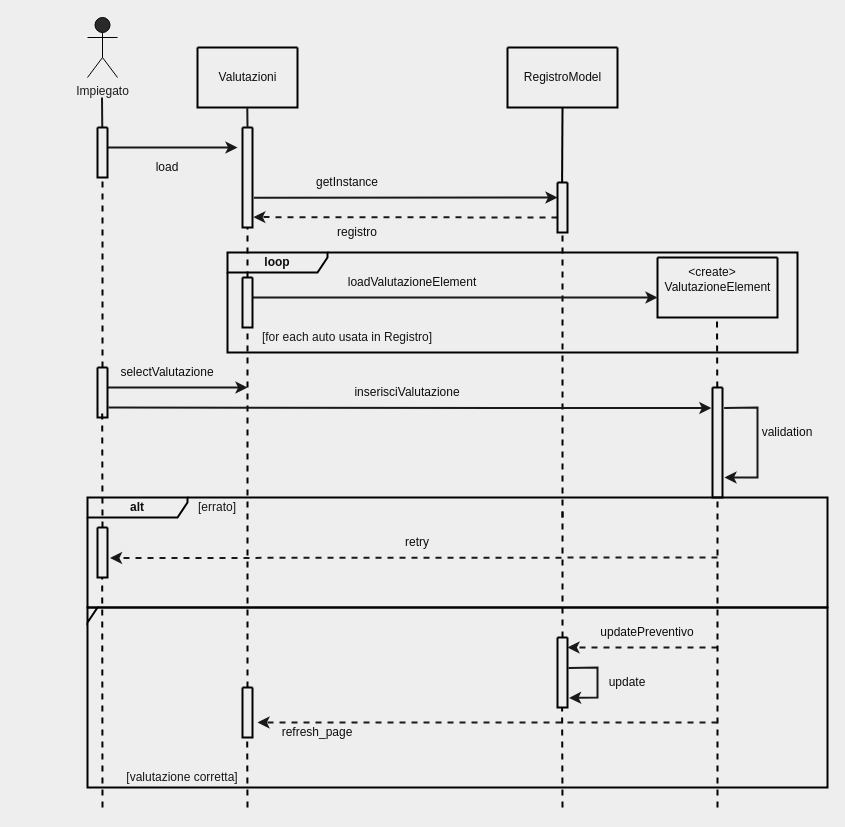
446f6e6e79/ConfiguratoreAuto keeps this draw.io diagram as doc/valutazioniSeq.drawio. Above is the earlier version. Source tidied: cells renumbered, new cells numbered last; positions are measured from the earlier drawing's top-left corner, leaving out a move shared by most shapes. Both pictures are drawn from the tidied source at 100%, with x=0, y=0 at pixel (17, 17).
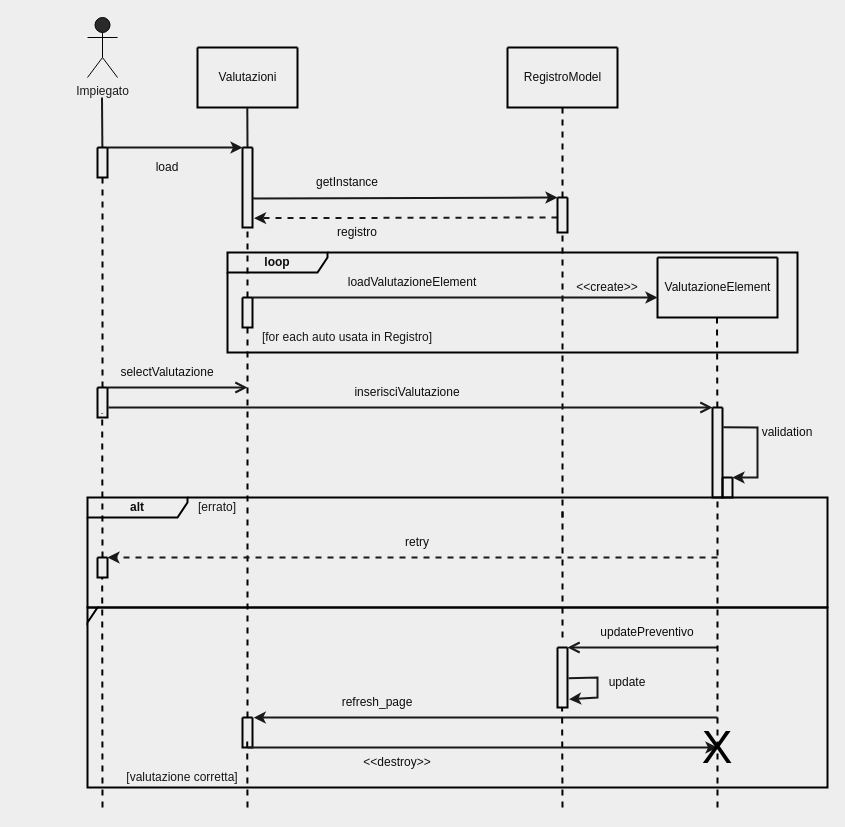
The same diagram, later.

Unchanged cells that the change refers to:
```xml
<mxCell id="15" style="swimlane;startSize=0;strokeColor=#000000;fontColor=#0D0D0D;fillColor=#2A2A2A;strokeWidth=2;" parent="1" vertex="1">
  <mxGeometry x="490" y="30" width="110" height="60" as="geometry" />
</mxCell>
<mxCell id="21" style="swimlane;startSize=0;strokeColor=#000000;fontColor=#0D0D0D;fillColor=#2A2A2A;strokeWidth=2;" parent="1" vertex="1">
  <mxGeometry x="640" y="240" width="120" height="60" as="geometry" />
</mxCell>
```

Change to the diagram source:
```diff
@@
-    <mxCell id="6" style="endArrow=classic;html=1;rounded=0;strokeColor=#191919;strokeWidth=2;fontColor=#0D0D0D;" parent="1" edge="1">
+    <mxCell id="6" style="endArrow=classic;html=1;rounded=0;strokeColor=#191919;strokeWidth=2;fontColor=#0D0D0D;entryX=0;entryY=0;entryDx=0;entryDy=0;" parent="1" edge="1" target="10">
       <mxGeometry relative="1" as="geometry">
         <mxPoint x="90" y="130" as="sourcePoint" />
-        <mxPoint x="220" y="130" as="targetPoint" />
       </mxGeometry>
     </mxCell>
     <mxCell id="7" style="swimlane;startSize=0;labelBackgroundColor=none;strokeColor=#000000;strokeWidth=2;fontColor=#0D0D0D;fillColor=#2A2A2A;" parent="1" vertex="1">
-      <mxGeometry x="80" y="110" width="10" height="50" as="geometry" />
+      <mxGeometry x="80" y="130" width="10" height="30" as="geometry" />
     </mxCell>
-    <mxCell id="8" style="endArrow=classic;html=1;rounded=0;strokeColor=#191919;strokeWidth=2;fontColor=#0D0D0D;exitX=1.139;exitY=0.702;exitDx=0;exitDy=0;exitPerimeter=0;" parent="1" edge="1" source="10">
+    <mxCell id="8" style="endArrow=classic;html=1;rounded=0;strokeColor=#191919;strokeWidth=2;fontColor=#0D0D0D;exitX=1.074;exitY=0.636;exitDx=0;exitDy=0;exitPerimeter=0;" parent="1" edge="1" source="10">
       <mxGeometry relative="1" as="geometry">
         <mxPoint x="540" y="180" as="targetPoint" />
       </mxGeometry>
     </mxCell>
@@
     <mxCell id="10" style="swimlane;startSize=0;labelBackgroundColor=none;strokeColor=#000000;strokeWidth=2;fontColor=#0D0D0D;fillColor=#2A2A2A;" parent="1" vertex="1">
-      <mxGeometry x="225" y="110" width="10" height="100" as="geometry" />
+      <mxGeometry x="225" y="130" width="10" height="80" as="geometry" />
     </mxCell>
-    <mxCell id="11" style="endArrow=none;html=1;rounded=0;fontColor=#0D0D0D;strokeColor=#191919;strokeWidth=2;" parent="1" edge="1">
+    <mxCell id="11" style="endArrow=none;html=1;rounded=0;fontColor=#0D0D0D;strokeColor=#191919;strokeWidth=2;exitX=0.5;exitY=0;exitDx=0;exitDy=0;" parent="1" edge="1" source="10">
       <mxGeometry relative="1" as="geometry">
-        <mxPoint x="230" y="110" as="sourcePoint" />
         <mxPoint x="229.8" y="90" as="targetPoint" />
       </mxGeometry>
     </mxCell>
@@
-    <mxCell id="18" style="endArrow=classic;html=1;rounded=0;strokeColor=#191919;strokeWidth=2;fontColor=#0D0D0D;dashed=1;entryX=1.081;entryY=0.896;entryDx=0;entryDy=0;entryPerimeter=0;" parent="1" edge="1" target="10">
+    <mxCell id="18" style="endArrow=classic;html=1;rounded=0;strokeColor=#191919;strokeWidth=2;fontColor=#0D0D0D;dashed=1;entryX=1.155;entryY=0.883;entryDx=0;entryDy=0;entryPerimeter=0;" parent="1" edge="1" target="10">
       <mxGeometry relative="1" as="geometry">
         <mxPoint x="540" y="200" as="sourcePoint" />
       </mxGeometry>
     </mxCell>
@@
-    <mxCell id="23" value="&amp;lt;create&amp;gt;" style="text;html=1;strokeColor=none;fillColor=none;align=center;verticalAlign=middle;whiteSpace=wrap;rounded=0;labelBackgroundColor=none;strokeWidth=2;fontColor=#0D0D0D;" parent="21" vertex="1">
-      <mxGeometry x="25" width="60" height="30" as="geometry" />
-    </mxCell>
@@
-    <mxCell id="27" style="endArrow=classic;html=1;rounded=0;strokeColor=#191919;strokeWidth=2;fontColor=#0D0D0D;" parent="1" edge="1">
+    <mxCell id="27" style="endArrow=open;html=1;rounded=0;strokeColor=#191919;strokeWidth=2;fontColor=#0D0D0D;endFill=0;endSize=8;" parent="1" edge="1">
       <mxGeometry relative="1" as="geometry">
         <mxPoint x="90" y="370" as="sourcePoint" />
         <mxPoint x="230" y="370" as="targetPoint" />
       </mxGeometry>
     </mxCell>
@@
     <mxCell id="34" value="refresh_page" style="text;html=1;strokeColor=none;fillColor=none;align=center;verticalAlign=middle;whiteSpace=wrap;rounded=0;labelBackgroundColor=none;strokeWidth=2;fontColor=#0D0D0D;" parent="1" vertex="1">
-      <mxGeometry x="270" y="700" width="60" height="30" as="geometry" />
+      <mxGeometry x="330" y="670" width="60" height="30" as="geometry" />
     </mxCell>
     <mxCell id="35" style="swimlane;startSize=0;labelBackgroundColor=none;strokeColor=#000000;strokeWidth=2;fontColor=#0D0D0D;fillColor=#2A2A2A;" parent="1" vertex="1">
-      <mxGeometry x="225" y="260" width="10" height="50" as="geometry" />
+      <mxGeometry x="225" y="280" width="10" height="30" as="geometry" />
     </mxCell>
     <mxCell id="36" style="swimlane;startSize=0;labelBackgroundColor=none;strokeColor=#000000;strokeWidth=2;fontColor=#0D0D0D;fillColor=#2A2A2A;" parent="1" vertex="1">
-      <mxGeometry x="80" y="350" width="10" height="50" as="geometry" />
+      <mxGeometry x="80" y="370" width="10" height="30" as="geometry" />
     </mxCell>
@@
     <mxCell id="38" style="swimlane;startSize=0;labelBackgroundColor=none;strokeColor=#000000;strokeWidth=2;fontColor=#0D0D0D;fillColor=#2A2A2A;" parent="1" vertex="1">
-      <mxGeometry x="80" y="510" width="10" height="50" as="geometry" />
+      <mxGeometry x="80" y="540" width="10" height="20" as="geometry" />
     </mxCell>
     <mxCell id="39" style="swimlane;startSize=0;labelBackgroundColor=none;strokeColor=#000000;strokeWidth=2;fontColor=#0D0D0D;fillColor=#2A2A2A;" parent="1" vertex="1">
-      <mxGeometry x="225" y="670" width="10" height="50" as="geometry" />
+      <mxGeometry x="225" y="700" width="10" height="30" as="geometry" />
     </mxCell>
     <mxCell id="40" style="swimlane;startSize=0;labelBackgroundColor=none;strokeColor=#000000;strokeWidth=2;fontColor=#0D0D0D;fillColor=#2A2A2A;" parent="1" vertex="1">
-      <mxGeometry x="540" y="620" width="10" height="70" as="geometry" />
+      <mxGeometry x="540" y="630" width="10" height="60" as="geometry" />
     </mxCell>
@@
-    <mxCell id="43" style="endArrow=classic;html=1;rounded=0;strokeColor=#191919;strokeWidth=2;fontColor=#0D0D0D;entryX=-0.114;entryY=0.187;entryDx=0;entryDy=0;entryPerimeter=0;" parent="1" edge="1" target="50">
+    <mxCell id="43" style="endArrow=open;html=1;rounded=0;strokeColor=#191919;strokeWidth=2;fontColor=#0D0D0D;entryX=0;entryY=0;entryDx=0;entryDy=0;endFill=0;endSize=8;" parent="1" edge="1" target="50">
       <mxGeometry relative="1" as="geometry">
         <mxPoint x="90.9" y="390" as="sourcePoint" />
       </mxGeometry>
     </mxCell>
@@
-    <mxCell id="45" style="endArrow=classic;html=1;rounded=0;strokeColor=#191919;strokeWidth=2;fontColor=#0D0D0D;exitX=1.168;exitY=0.187;exitDx=0;exitDy=0;exitPerimeter=0;" parent="1" edge="1" source="50">
+    <mxCell id="45" style="endArrow=classic;html=1;rounded=0;strokeColor=#191919;strokeWidth=2;fontColor=#0D0D0D;exitX=1.092;exitY=0.22;exitDx=0;exitDy=0;exitPerimeter=0;entryX=1;entryY=0;entryDx=0;entryDy=0;" parent="1" edge="1" source="50" target="62">
       <mxGeometry relative="1" as="geometry">
-        <mxPoint x="707" y="460" as="targetPoint" />
         <Array as="points">
-          <mxPoint x="740" y="390" />
+          <mxPoint x="740" y="410" />
           <mxPoint x="740" y="460" />
         </Array>
       </mxGeometry>
     </mxCell>
@@
-    <mxCell id="47" style="endArrow=classic;html=1;rounded=0;strokeColor=#191919;strokeWidth=2;fontColor=#0D0D0D;exitX=1.095;exitY=0.883;exitDx=0;exitDy=0;exitPerimeter=0;dashed=1;entryX=1.252;entryY=0.61;entryDx=0;entryDy=0;entryPerimeter=0;" parent="1" edge="1" target="38">
+    <mxCell id="47" style="endArrow=classic;html=1;rounded=0;strokeColor=#191919;strokeWidth=2;fontColor=#0D0D0D;exitX=1.095;exitY=0.883;exitDx=0;exitDy=0;exitPerimeter=0;dashed=1;entryX=1;entryY=0;entryDx=0;entryDy=0;" parent="1" edge="1" target="38">
       <mxGeometry relative="1" as="geometry">
         <mxPoint x="700" y="540" as="sourcePoint" />
       </mxGeometry>
     </mxCell>
@@
-    <mxCell id="49" style="endArrow=classic;html=1;rounded=0;strokeColor=#191919;strokeWidth=2;fontColor=#0D0D0D;dashed=1;" parent="1" edge="1">
+    <mxCell id="49" style="endArrow=open;html=1;rounded=0;strokeColor=#191919;strokeWidth=2;fontColor=#0D0D0D;endFill=0;endSize=8;" parent="1" edge="1">
       <mxGeometry relative="1" as="geometry">
         <mxPoint x="700" y="630" as="sourcePoint" />
         <mxPoint x="550" y="630" as="targetPoint" />
       </mxGeometry>
     </mxCell>
     <mxCell id="50" style="swimlane;startSize=0;labelBackgroundColor=none;strokeColor=#000000;strokeWidth=2;fontColor=#0D0D0D;fillColor=#2A2A2A;" parent="1" vertex="1">
-      <mxGeometry x="695" y="370" width="10" height="110" as="geometry" />
+      <mxGeometry x="695" y="390" width="10" height="90" as="geometry" />
     </mxCell>
@@
-    <mxCell id="52" style="endArrow=classic;html=1;rounded=0;strokeColor=#191919;strokeWidth=2;fontColor=#0D0D0D;dashed=1;" parent="1" edge="1">
+    <mxCell id="52" style="endArrow=classic;html=1;rounded=0;strokeColor=#191919;strokeWidth=2;fontColor=#0D0D0D;entryX=1.122;entryY=0.003;entryDx=0;entryDy=0;entryPerimeter=0;" parent="1" edge="1" target="39">
       <mxGeometry relative="1" as="geometry">
-        <mxPoint x="700" y="705" as="sourcePoint" />
-        <mxPoint x="240" y="705" as="targetPoint" />
+        <mxPoint x="700" y="700" as="sourcePoint" />
       </mxGeometry>
     </mxCell>
-    <mxCell id="53" style="endArrow=classic;html=1;rounded=0;strokeColor=#191919;strokeWidth=2;fontColor=#0D0D0D;entryX=1.157;entryY=0.863;entryDx=0;entryDy=0;exitX=1.099;exitY=0.435;exitDx=0;exitDy=0;exitPerimeter=0;entryPerimeter=0;" parent="1" edge="1" source="40" target="40">
+    <mxCell id="53" style="endArrow=classic;html=1;rounded=0;strokeColor=#191919;strokeWidth=2;fontColor=#0D0D0D;entryX=1.157;entryY=0.863;entryDx=0;entryDy=0;exitX=1.109;exitY=0.512;exitDx=0;exitDy=0;exitPerimeter=0;entryPerimeter=0;" parent="1" edge="1" source="40" target="40">
       <mxGeometry relative="1" as="geometry">
         <Array as="points">
-          <mxPoint x="580" y="650" />
+          <mxPoint x="580" y="660" />
           <mxPoint x="580" y="680" />
         </Array>
       </mxGeometry>
     </mxCell>
@@
-    <mxCell id="55" style="endArrow=none;dashed=1;html=1;rounded=0;entryX=0.501;entryY=1.02;entryDx=0;entryDy=0;strokeWidth=2;strokeColor=#000000;entryPerimeter=0;" parent="1" edge="1">
+    <mxCell id="55" style="endArrow=none;dashed=1;html=1;rounded=0;entryX=0.501;entryY=1.02;entryDx=0;entryDy=0;strokeWidth=2;strokeColor=#000000;entryPerimeter=0;exitX=0.5;exitY=0;exitDx=0;exitDy=0;" parent="1" edge="1" source="38">
       <mxGeometry relative="1" as="geometry">
-        <mxPoint x="85" y="510" as="sourcePoint" />
         <mxPoint x="84.7" y="395.5" as="targetPoint" />
       </mxGeometry>
     </mxCell>
@@
     <mxCell id="60" style="swimlane;startSize=0;labelBackgroundColor=none;strokeColor=#000000;strokeWidth=2;fontColor=#0D0D0D;fillColor=#2A2A2A;" parent="1" vertex="1">
-      <mxGeometry x="540" y="165" width="10" height="50" as="geometry" />
+      <mxGeometry x="540" y="180" width="10" height="35" as="geometry" />
     </mxCell>
-    <mxCell id="61" style="endArrow=none;html=1;rounded=0;entryX=0.5;entryY=1;entryDx=0;entryDy=0;strokeWidth=2;strokeColor=#000000;exitX=0.5;exitY=0;exitDx=0;exitDy=0;" parent="1" edge="1" target="15">
-      <mxGeometry relative="1" as="geometry">
-        <mxPoint x="544.6" y="165" as="sourcePoint" />
-      </mxGeometry>
+    <mxCell id="61" style="endArrow=none;html=1;rounded=0;entryX=0.5;entryY=1;entryDx=0;entryDy=0;strokeWidth=2;strokeColor=#000000;exitX=0.5;exitY=0;exitDx=0;exitDy=0;dashed=1;" parent="1" edge="1" source="60" target="15">
+      <mxGeometry relative="1" as="geometry" />
     </mxCell>
+    <mxCell id="23" value="&amp;lt;&amp;lt;create&amp;gt;&amp;gt;" style="text;html=1;strokeColor=none;fillColor=none;align=center;verticalAlign=middle;whiteSpace=wrap;rounded=0;labelBackgroundColor=none;strokeWidth=2;fontColor=#0D0D0D;" parent="1" vertex="1">
+      <mxGeometry x="560" y="255" width="60" height="30" as="geometry" />
+    </mxCell>
+    <mxCell id="62" style="swimlane;startSize=0;labelBackgroundColor=none;strokeColor=#000000;strokeWidth=2;fontColor=#0D0D0D;fillColor=#2A2A2A;" parent="1" vertex="1">
+      <mxGeometry x="705" y="460" width="10" height="20" as="geometry" />
+    </mxCell>
+    <mxCell id="63" style="endArrow=classic;html=1;rounded=0;strokeColor=#191919;strokeWidth=2;fontColor=#0D0D0D;" parent="1" edge="1">
+      <mxGeometry relative="1" as="geometry">
+        <mxPoint x="230" y="730" as="sourcePoint" />
+        <mxPoint x="700" y="730" as="targetPoint" />
+      </mxGeometry>
+    </mxCell>
+    <mxCell id="64" value="&amp;lt;&amp;lt;destroy&amp;gt;&amp;gt;" style="text;html=1;strokeColor=none;fillColor=none;align=center;verticalAlign=middle;whiteSpace=wrap;rounded=0;labelBackgroundColor=none;strokeWidth=2;fontColor=#0D0D0D;" parent="1" vertex="1">
+      <mxGeometry x="350" y="730" width="60" height="30" as="geometry" />
+    </mxCell>
+    <mxCell id="65" value="&lt;font style=&quot;font-size: 46px;&quot; color=&quot;#000000&quot;&gt;X&lt;/font&gt;" style="text;html=1;strokeColor=none;fillColor=none;align=center;verticalAlign=middle;whiteSpace=wrap;rounded=0;" parent="1" vertex="1">
+      <mxGeometry x="685" y="720" width="30" height="20" as="geometry" />
+    </mxCell>
```
